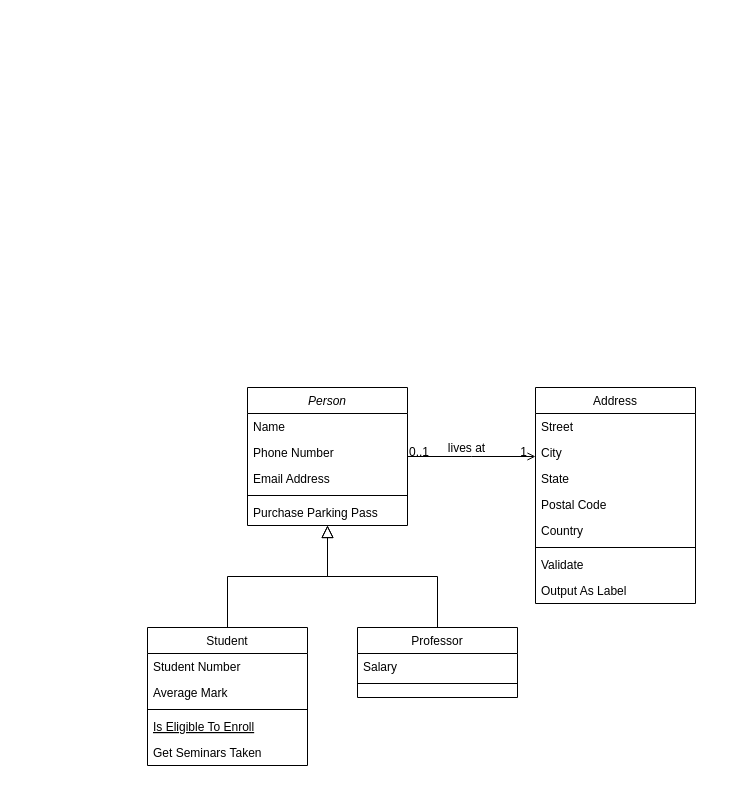
Earlier version of the draw.io diagram Oblig2/Oblig3.drawio (swhipz/Repo_skole). Source tidied: cells renumbered, new cells numbered last; positions are measured from the earlier drawing's top-left corner, leaving out a move shared by most shapes. Both pictures are drawn from the tidied source at 100%, with x=0, y=0 at pixel (147, 387).
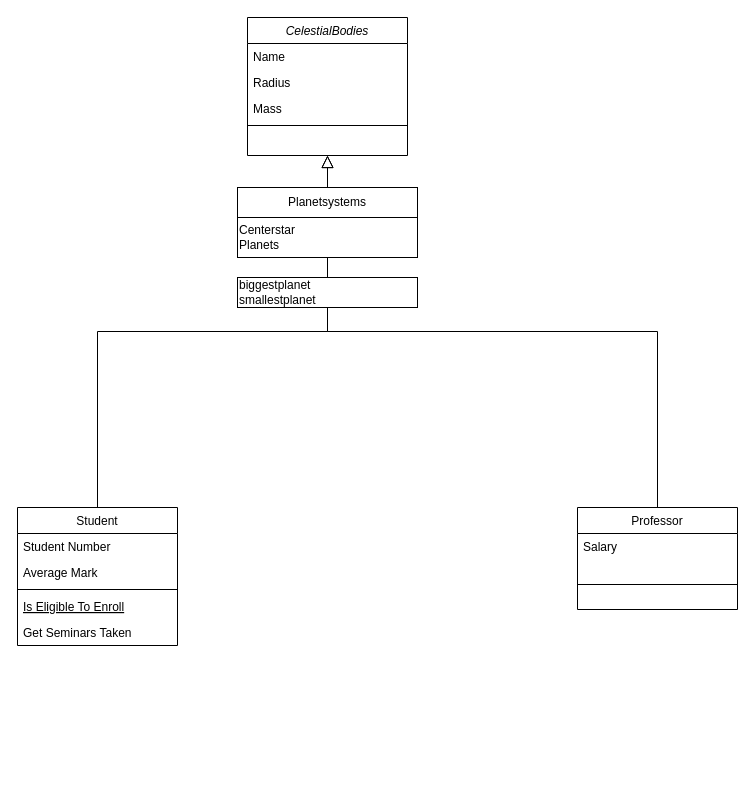
Above is the later version.

The edit, as a diff of the source:
```diff
@@
-    <mxCell id="2" value="Person" style="swimlane;fontStyle=2;align=center;verticalAlign=top;horizontal=1;startSize=26;rounded=0;shadow=0;strokeWidth=1;" parent="1" vertex="1">
-      <mxGeometry x="100" width="160" height="138" as="geometry" />
+    <mxCell id="2" value="CelestialBodies" style="swimlane;fontStyle=2;align=center;verticalAlign=top;horizontal=1;startSize=26;rounded=0;shadow=0;strokeWidth=1;" parent="1" vertex="1">
+      <mxGeometry x="100" y="-370" width="160" height="138" as="geometry" />
     </mxCell>
@@
-    <mxCell id="4" value="Phone Number" style="text;align=left;verticalAlign=top;spacingLeft=4;spacingRight=4;overflow=hidden;rounded=0;shadow=0;html=0;" parent="2" vertex="1">
+    <mxCell id="4" value="Radius" style="text;align=left;verticalAlign=top;spacingLeft=4;spacingRight=4;overflow=hidden;rounded=0;shadow=0;html=0;" parent="2" vertex="1">
       <mxGeometry y="52" width="160" height="26" as="geometry" />
     </mxCell>
-    <mxCell id="5" value="Email Address" style="text;align=left;verticalAlign=top;spacingLeft=4;spacingRight=4;overflow=hidden;rounded=0;shadow=0;html=0;" parent="2" vertex="1">
+    <mxCell id="5" value="Mass" style="text;align=left;verticalAlign=top;spacingLeft=4;spacingRight=4;overflow=hidden;rounded=0;shadow=0;html=0;" parent="2" vertex="1">
       <mxGeometry y="78" width="160" height="26" as="geometry" />
     </mxCell>
@@
-    <mxCell id="7" value="Purchase Parking Pass" style="text;align=left;verticalAlign=top;spacingLeft=4;spacingRight=4;overflow=hidden;" parent="2" vertex="1">
-      <mxGeometry y="112" width="160" height="26" as="geometry" />
-    </mxCell>
     <mxCell id="8" value="Student" style="swimlane;fontStyle=0;align=center;verticalAlign=top;horizontal=1;startSize=26;rounded=0;shadow=0;strokeWidth=1;" parent="1" vertex="1">
-      <mxGeometry y="240" width="160" height="138" as="geometry" />
+      <mxGeometry x="-130" y="120" width="160" height="138" as="geometry" />
     </mxCell>
@@
     <mxCell id="15" value="Professor" style="swimlane;fontStyle=0;align=center;verticalAlign=top;horizontal=1;startSize=26;rounded=0;shadow=0;strokeWidth=1;" parent="1" vertex="1">
-      <mxGeometry x="210" y="240" width="160" height="70" as="geometry" />
+      <mxGeometry x="430" y="120" width="160" height="102" as="geometry" />
     </mxCell>
@@
     <mxCell id="17" style="line;html=1;strokeWidth=1;align=left;verticalAlign=middle;spacingTop=-1;spacingLeft=3;spacingRight=3;labelPosition=right;" parent="15" vertex="1">
-      <mxGeometry y="52" width="160" height="8" as="geometry" />
+      <mxGeometry y="52" width="160" height="50" as="geometry" />
     </mxCell>
@@
-    <mxCell id="19" value="Address" style="swimlane;fontStyle=0;align=center;verticalAlign=top;horizontal=1;startSize=26;rounded=0;shadow=0;strokeWidth=1;" parent="1" vertex="1">
-      <mxGeometry x="388" width="160" height="216" as="geometry" />
-    </mxCell>
-    <mxCell id="20" value="Street" style="text;align=left;verticalAlign=top;spacingLeft=4;spacingRight=4;overflow=hidden;" parent="19" vertex="1">
-      <mxGeometry y="26" width="160" height="26" as="geometry" />
-    </mxCell>
-    <mxCell id="21" value="City" style="text;align=left;verticalAlign=top;spacingLeft=4;spacingRight=4;overflow=hidden;rounded=0;shadow=0;html=0;" parent="19" vertex="1">
-      <mxGeometry y="52" width="160" height="26" as="geometry" />
-    </mxCell>
-    <mxCell id="22" value="State" style="text;align=left;verticalAlign=top;spacingLeft=4;spacingRight=4;overflow=hidden;rounded=0;shadow=0;html=0;" parent="19" vertex="1">
-      <mxGeometry y="78" width="160" height="26" as="geometry" />
-    </mxCell>
-    <mxCell id="23" value="Postal Code" style="text;align=left;verticalAlign=top;spacingLeft=4;spacingRight=4;overflow=hidden;rounded=0;shadow=0;html=0;" parent="19" vertex="1">
-      <mxGeometry y="104" width="160" height="26" as="geometry" />
-    </mxCell>
-    <mxCell id="24" value="Country" style="text;align=left;verticalAlign=top;spacingLeft=4;spacingRight=4;overflow=hidden;rounded=0;shadow=0;html=0;" parent="19" vertex="1">
-      <mxGeometry y="130" width="160" height="26" as="geometry" />
-    </mxCell>
-    <mxCell id="25" style="line;html=1;strokeWidth=1;align=left;verticalAlign=middle;spacingTop=-1;spacingLeft=3;spacingRight=3;labelPosition=right;" parent="19" vertex="1">
-      <mxGeometry y="156" width="160" height="8" as="geometry" />
-    </mxCell>
-    <mxCell id="26" value="Validate" style="text;align=left;verticalAlign=top;spacingLeft=4;spacingRight=4;overflow=hidden;" parent="19" vertex="1">
-      <mxGeometry y="164" width="160" height="26" as="geometry" />
-    </mxCell>
-    <mxCell id="27" value="Output As Label" style="text;align=left;verticalAlign=top;spacingLeft=4;spacingRight=4;overflow=hidden;" parent="19" vertex="1">
-      <mxGeometry y="190" width="160" height="26" as="geometry" />
-    </mxCell>
-    <mxCell id="28" style="endArrow=open;shadow=0;strokeWidth=1;rounded=0;endFill=1;edgeStyle=elbowEdgeStyle;elbow=vertical;" parent="1" edge="1" source="2" target="19">
-      <mxGeometry x="0.5" y="41" relative="1" as="geometry">
-        <mxPoint x="-40" y="32" as="offset" />
-      </mxGeometry>
-    </mxCell>
-    <mxCell id="29" value="0..1" style="align=left;verticalAlign=bottom;labelBackgroundColor=none;fontSize=12;" parent="28" vertex="1">
-      <mxGeometry x="-1" relative="1" as="geometry">
-        <mxPoint y="4" as="offset" />
-      </mxGeometry>
-    </mxCell>
-    <mxCell id="30" value="1" style="align=right;verticalAlign=bottom;labelBackgroundColor=none;fontSize=12;" parent="28" vertex="1">
-      <mxGeometry x="1" relative="1" as="geometry">
-        <mxPoint x="-7" y="4" as="offset" />
-      </mxGeometry>
-    </mxCell>
-    <mxCell id="31" value="lives at" style="text;html=1;align=center;verticalAlign=middle;labelBackgroundColor=none;rounded=0;shadow=0;strokeWidth=1;fontSize=12;" parent="28" vertex="1">
-      <mxGeometry x="0.5" y="49" relative="1" as="geometry">
-        <mxPoint x="-38" y="40" as="offset" />
-      </mxGeometry>
-    </mxCell>
+    <mxCell id="32" value="Planetsystems" style="whiteSpace=wrap;html=1;" parent="1" vertex="1">
+      <mxGeometry x="90" y="-200" width="180" height="30" as="geometry" />
+    </mxCell>
+    <mxCell id="33" value="Centerstar&lt;br&gt;Planets" style="whiteSpace=wrap;html=1;align=left;" parent="1" vertex="1">
+      <mxGeometry x="90" y="-170" width="180" height="40" as="geometry" />
+    </mxCell>
+    <mxCell id="34" value="biggestplanet&lt;br&gt;smallestplanet" style="whiteSpace=wrap;html=1;align=left;" parent="1" vertex="1">
+      <mxGeometry x="90" y="-110" width="180" height="30" as="geometry" />
+    </mxCell>
```
